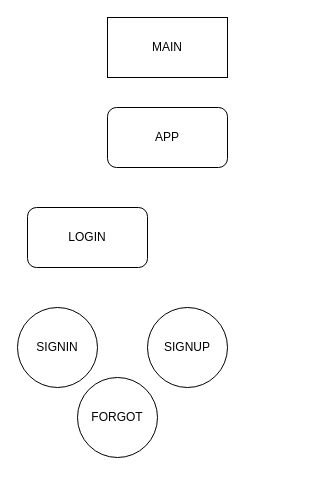
Deco2449584/React_form_taller keeps this draw.io diagram as text.drawio. Above is the earlier version. Source tidied: cells renumbered, new cells numbered last; positions are measured from the earlier drawing's top-left corner, leaving out a move shared by most shapes. Both pictures are drawn from the tidied source at 100%, with x=0, y=0 at pixel (17, 17).
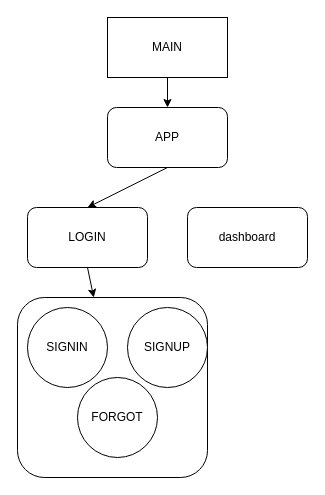
After the change.

Change to the diagram source:
```diff
@@
 <mxGraphModel>
   <root>
     <mxCell id="0" />
     <mxCell id="1" parent="0" />
+    <mxCell id="8" style="rounded=1;whiteSpace=wrap;html=1;" parent="1" vertex="1">
+      <mxGeometry y="280" width="190" height="180" as="geometry" />
+    </mxCell>
+    <mxCell id="9" style="edgeStyle=none;html=1;exitX=0.5;exitY=1;exitDx=0;exitDy=0;entryX=0.5;entryY=0;entryDx=0;entryDy=0;" parent="1" edge="1" source="2" target="3">
+      <mxGeometry relative="1" as="geometry" />
+    </mxCell>
     <mxCell id="2" value="MAIN" style="rounded=0;whiteSpace=wrap;html=1;" parent="1" vertex="1">
       <mxGeometry x="90" width="120" height="60" as="geometry" />
     </mxCell>
+    <mxCell id="10" style="edgeStyle=none;html=1;exitX=0.5;exitY=1;exitDx=0;exitDy=0;entryX=0.5;entryY=0;entryDx=0;entryDy=0;" parent="1" edge="1" source="3" target="4">
+      <mxGeometry relative="1" as="geometry" />
+    </mxCell>
     <mxCell id="3" value="APP" style="rounded=1;whiteSpace=wrap;html=1;" parent="1" vertex="1">
       <mxGeometry x="90" y="90" width="120" height="60" as="geometry" />
     </mxCell>
+    <mxCell id="11" style="edgeStyle=none;html=1;exitX=0.5;exitY=1;exitDx=0;exitDy=0;" parent="1" edge="1" source="4" target="8">
+      <mxGeometry relative="1" as="geometry" />
+    </mxCell>
     <mxCell id="4" value="LOGIN" style="rounded=1;whiteSpace=wrap;html=1;" parent="1" vertex="1">
       <mxGeometry x="10" y="190" width="120" height="60" as="geometry" />
     </mxCell>
     <mxCell id="5" value="SIGNIN" style="ellipse;whiteSpace=wrap;html=1;" parent="1" vertex="1">
-      <mxGeometry y="290" width="80" height="80" as="geometry" />
+      <mxGeometry x="10" y="290" width="80" height="80" as="geometry" />
     </mxCell>
     <mxCell id="6" value="FORGOT" style="ellipse;whiteSpace=wrap;html=1;" parent="1" vertex="1">
       <mxGeometry x="60" y="360" width="80" height="80" as="geometry" />
     </mxCell>
     <mxCell id="7" value="SIGNUP" style="ellipse;whiteSpace=wrap;html=1;" parent="1" vertex="1">
-      <mxGeometry x="130" y="290" width="80" height="80" as="geometry" />
+      <mxGeometry x="110" y="290" width="80" height="80" as="geometry" />
     </mxCell>
+    <mxCell id="12" value="dashboard" style="rounded=1;whiteSpace=wrap;html=1;" parent="1" vertex="1">
+      <mxGeometry x="170" y="190" width="120" height="60" as="geometry" />
+    </mxCell>
   </root>
 </mxGraphModel>
```
